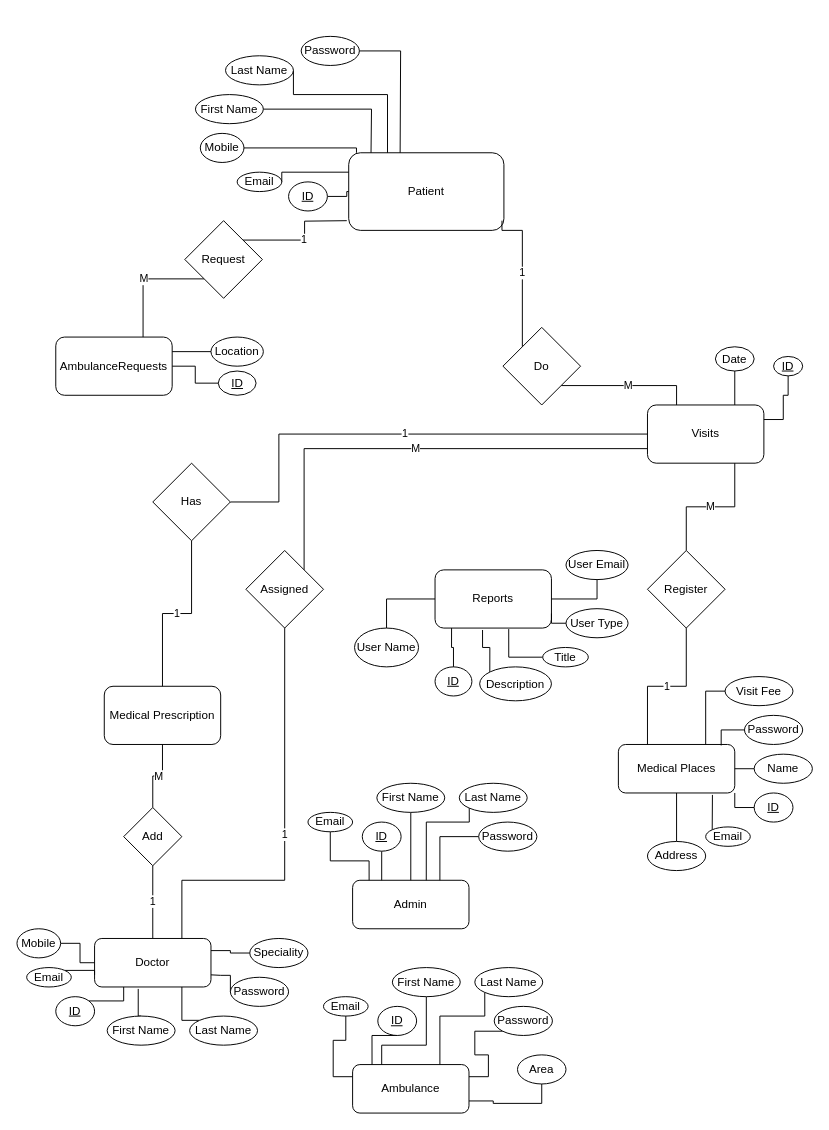
Above: ERD.drawio in abdelrahmanbonna/Healthy_Shield_Analysis (draw.io), before the change. Source tidied: cells renumbered, new cells numbered last; positions are measured from the earlier drawing's top-left corner, leaving out a move shared by most shapes. Both pictures are drawn from the tidied source at 97%, with x=0, y=0 at pixel (16, 36).
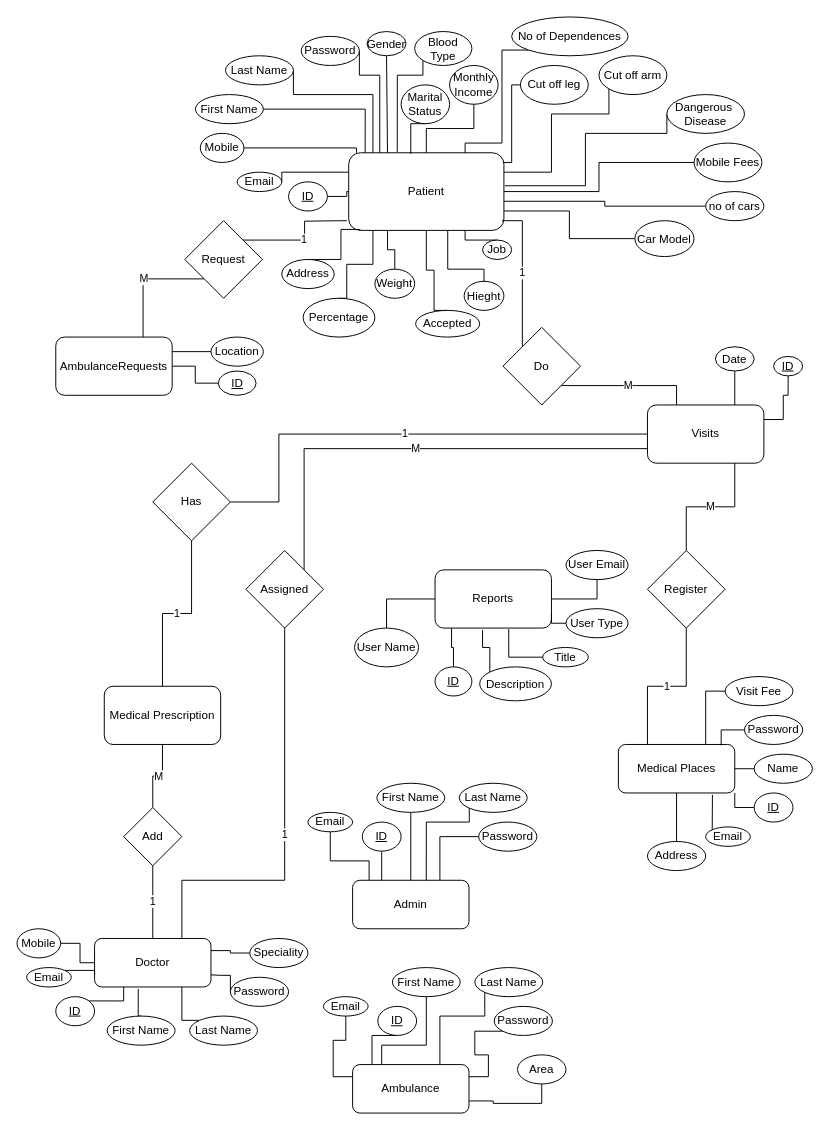
The same diagram, later.

Unchanged cells that the change refers to:
```xml
<mxCell id="2" value="Patient" style="rounded=1;whiteSpace=wrap;html=1;" parent="1" vertex="1">
  <mxGeometry x="342" y="120" width="160" height="80" as="geometry" />
</mxCell>
<mxCell id="84" value="Do" style="rhombus;whiteSpace=wrap;html=1;" parent="1" vertex="1">
  <mxGeometry x="501" y="300" width="80" height="80" as="geometry" />
</mxCell>
<mxCell id="100" value="First Name" style="ellipse;whiteSpace=wrap;html=1;" parent="1" vertex="1">
  <mxGeometry x="184" y="60" width="70" height="30" as="geometry" />
</mxCell>
<mxCell id="102" value="Last Name" style="ellipse;whiteSpace=wrap;html=1;" parent="1" vertex="1">
  <mxGeometry x="215" y="20" width="70" height="30" as="geometry" />
</mxCell>
<mxCell id="106" value="Password" style="ellipse;whiteSpace=wrap;html=1;" parent="1" vertex="1">
  <mxGeometry x="293" width="60" height="30" as="geometry" />
</mxCell>
```

The edit, as a diff of the source:
```diff
@@
+    <mxCell id="109" style="edgeStyle=orthogonalEdgeStyle;rounded=0;jettySize=auto;html=1;exitX=0.25;exitY=0;exitDx=0;exitDy=0;entryX=0.5;entryY=1;entryDx=0;entryDy=0;endArrow=none;endFill=0;" parent="1" edge="1" source="2" target="110">
+      <mxGeometry relative="1" as="geometry">
+        <Array as="points">
+          <mxPoint x="382" y="20" />
+        </Array>
+      </mxGeometry>
+    </mxCell>
@@
     <mxCell id="83" value="1" style="edgeStyle=orthogonalEdgeStyle;rounded=0;jettySize=auto;html=1;exitX=0;exitY=0;exitDx=0;exitDy=0;endArrow=none;endFill=0;" parent="1" edge="1" source="84">
       <mxGeometry relative="1" as="geometry">
         <mxPoint x="500" y="190" as="targetPoint" />
         <Array as="points">
-          <mxPoint x="521" y="200" />
+          <mxPoint x="521" y="190" />
         </Array>
       </mxGeometry>
     </mxCell>
@@
-    <mxCell id="99" style="edgeStyle=orthogonalEdgeStyle;rounded=0;jettySize=auto;html=1;exitX=1;exitY=0.5;exitDx=0;exitDy=0;endArrow=none;endFill=0;" parent="1" edge="1" source="100">
-      <mxGeometry relative="1" as="geometry">
-        <mxPoint x="365" y="120" as="targetPoint" />
-      </mxGeometry>
+    <mxCell id="99" style="edgeStyle=orthogonalEdgeStyle;rounded=0;jettySize=auto;html=1;exitX=1;exitY=0.5;exitDx=0;exitDy=0;endArrow=none;endFill=0;entryX=0.106;entryY=0;entryDx=0;entryDy=0;entryPerimeter=0;" parent="1" edge="1" source="100" target="2">
+      <mxGeometry relative="1" as="geometry" />
     </mxCell>
@@
-    <mxCell id="101" style="edgeStyle=orthogonalEdgeStyle;rounded=0;jettySize=auto;html=1;exitX=1;exitY=0.5;exitDx=0;exitDy=0;entryX=0.25;entryY=0;entryDx=0;entryDy=0;endArrow=none;endFill=0;" parent="1" edge="1" source="102" target="2">
+    <mxCell id="101" style="edgeStyle=orthogonalEdgeStyle;rounded=0;jettySize=auto;html=1;exitX=1;exitY=0.5;exitDx=0;exitDy=0;entryX=0.156;entryY=0;entryDx=0;entryDy=0;endArrow=none;endFill=0;entryPerimeter=0;" parent="1" edge="1" source="102" target="2">
       <mxGeometry relative="1" as="geometry">
         <Array as="points">
           <mxPoint x="285" y="60" />
-          <mxPoint x="382" y="60" />
+          <mxPoint x="367" y="60" />
         </Array>
       </mxGeometry>
     </mxCell>
@@
-    <mxCell id="105" style="edgeStyle=orthogonalEdgeStyle;rounded=0;jettySize=auto;html=1;exitX=1;exitY=0.5;exitDx=0;exitDy=0;endArrow=none;endFill=0;" parent="1" edge="1" source="106">
+    <mxCell id="105" style="edgeStyle=orthogonalEdgeStyle;rounded=0;jettySize=auto;html=1;exitX=1;exitY=0.5;exitDx=0;exitDy=0;endArrow=none;endFill=0;entryX=0.2;entryY=0;entryDx=0;entryDy=0;entryPerimeter=0;" parent="1" edge="1" source="106" target="2">
       <mxGeometry relative="1" as="geometry">
-        <mxPoint x="395" y="120" as="targetPoint" />
+        <Array as="points">
+          <mxPoint x="353" y="40" />
+          <mxPoint x="374" y="40" />
+        </Array>
       </mxGeometry>
     </mxCell>
@@
+    <mxCell id="110" value="Gender" style="ellipse;whiteSpace=wrap;html=1;" parent="1" vertex="1">
+      <mxGeometry x="360.9" y="-5" width="40.2" height="25" as="geometry" />
+    </mxCell>
+    <mxCell id="111" style="edgeStyle=orthogonalEdgeStyle;rounded=0;jettySize=auto;html=1;exitX=0.5;exitY=0;exitDx=0;exitDy=0;entryX=0.075;entryY=0.988;entryDx=0;entryDy=0;entryPerimeter=0;endArrow=none;endFill=0;" parent="1" edge="1" source="112" target="2">
+      <mxGeometry relative="1" as="geometry">
+        <Array as="points">
+          <mxPoint x="334" y="199" />
+        </Array>
+      </mxGeometry>
+    </mxCell>
+    <mxCell id="112" value="Address" style="ellipse;whiteSpace=wrap;html=1;" parent="1" vertex="1">
+      <mxGeometry x="273" y="230" width="54" height="30" as="geometry" />
+    </mxCell>
+    <mxCell id="113" style="edgeStyle=orthogonalEdgeStyle;rounded=0;jettySize=auto;html=1;exitX=0.5;exitY=0;exitDx=0;exitDy=0;entryX=0.638;entryY=1;entryDx=0;entryDy=0;entryPerimeter=0;endArrow=none;endFill=0;" parent="1" edge="1" source="114" target="2">
+      <mxGeometry relative="1" as="geometry">
+        <Array as="points">
+          <mxPoint x="482" y="240" />
+          <mxPoint x="444" y="240" />
+        </Array>
+      </mxGeometry>
+    </mxCell>
+    <mxCell id="114" value="Hieght" style="ellipse;whiteSpace=wrap;html=1;" parent="1" vertex="1">
+      <mxGeometry x="461" y="252.5" width="41" height="30" as="geometry" />
+    </mxCell>
+    <mxCell id="115" style="edgeStyle=orthogonalEdgeStyle;rounded=0;jettySize=auto;html=1;exitX=0.5;exitY=0;exitDx=0;exitDy=0;entryX=0.25;entryY=1;entryDx=0;entryDy=0;endArrow=none;endFill=0;" parent="1" edge="1" source="116" target="2">
+      <mxGeometry relative="1" as="geometry" />
+    </mxCell>
+    <mxCell id="116" value="Weight" style="ellipse;whiteSpace=wrap;html=1;" parent="1" vertex="1">
+      <mxGeometry x="369" y="240" width="41" height="30" as="geometry" />
+    </mxCell>
+    <mxCell id="117" style="edgeStyle=orthogonalEdgeStyle;rounded=0;jettySize=auto;html=1;exitX=0;exitY=1;exitDx=0;exitDy=0;entryX=0.313;entryY=-0.012;entryDx=0;entryDy=0;entryPerimeter=0;endArrow=none;endFill=0;" parent="1" edge="1" source="118" target="2">
+      <mxGeometry relative="1" as="geometry">
+        <Array as="points">
+          <mxPoint x="419" y="40" />
+          <mxPoint x="392" y="40" />
+        </Array>
+      </mxGeometry>
+    </mxCell>
+    <mxCell id="118" value="Blood Type" style="ellipse;whiteSpace=wrap;html=1;" parent="1" vertex="1">
+      <mxGeometry x="410" y="-5" width="59" height="35" as="geometry" />
+    </mxCell>
+    <mxCell id="119" style="edgeStyle=orthogonalEdgeStyle;rounded=0;jettySize=auto;html=1;exitX=0.5;exitY=1;exitDx=0;exitDy=0;entryX=0.4;entryY=0.013;entryDx=0;entryDy=0;entryPerimeter=0;endArrow=none;endFill=0;" parent="1" edge="1" source="120" target="2">
+      <mxGeometry relative="1" as="geometry" />
+    </mxCell>
+    <mxCell id="120" value="Marital Status" style="ellipse;whiteSpace=wrap;html=1;" parent="1" vertex="1">
+      <mxGeometry x="396" y="50" width="50" height="40" as="geometry" />
+    </mxCell>
+    <mxCell id="121" style="edgeStyle=orthogonalEdgeStyle;rounded=0;jettySize=auto;html=1;exitX=0.5;exitY=0;exitDx=0;exitDy=0;entryX=0.75;entryY=1;entryDx=0;entryDy=0;endArrow=none;endFill=0;" parent="1" edge="1" source="122" target="2">
+      <mxGeometry relative="1" as="geometry" />
+    </mxCell>
+    <mxCell id="122" value="Job" style="ellipse;whiteSpace=wrap;html=1;" parent="1" vertex="1">
+      <mxGeometry x="480" y="210" width="30" height="20" as="geometry" />
+    </mxCell>
+    <mxCell id="123" style="edgeStyle=orthogonalEdgeStyle;rounded=0;jettySize=auto;html=1;exitX=0.5;exitY=1;exitDx=0;exitDy=0;entryX=0.5;entryY=0;entryDx=0;entryDy=0;endArrow=none;endFill=0;" parent="1" edge="1" source="124" target="2">
+      <mxGeometry relative="1" as="geometry" />
+    </mxCell>
+    <mxCell id="124" value="Monthly Income" style="ellipse;whiteSpace=wrap;html=1;" parent="1" vertex="1">
+      <mxGeometry x="446" y="30" width="50" height="40" as="geometry" />
+    </mxCell>
+    <mxCell id="125" style="edgeStyle=orthogonalEdgeStyle;rounded=0;jettySize=auto;html=1;exitX=0;exitY=1;exitDx=0;exitDy=0;entryX=0.75;entryY=0;entryDx=0;entryDy=0;endArrow=none;endFill=0;" parent="1" edge="1" source="126" target="2">
+      <mxGeometry relative="1" as="geometry">
+        <Array as="points">
+          <mxPoint x="500" y="14" />
+          <mxPoint x="500" y="110" />
+          <mxPoint x="462" y="110" />
+        </Array>
+      </mxGeometry>
+    </mxCell>
+    <mxCell id="126" value="No of Dependences" style="ellipse;whiteSpace=wrap;html=1;" parent="1" vertex="1">
+      <mxGeometry x="510" y="-20" width="120" height="40" as="geometry" />
+    </mxCell>
+    <mxCell id="127" style="edgeStyle=orthogonalEdgeStyle;rounded=0;jettySize=auto;html=1;exitX=0.5;exitY=0;exitDx=0;exitDy=0;entryX=0.156;entryY=1;entryDx=0;entryDy=0;entryPerimeter=0;endArrow=none;endFill=0;" parent="1" edge="1" source="128" target="2">
+      <mxGeometry relative="1" as="geometry">
+        <Array as="points">
+          <mxPoint x="340" y="270" />
+          <mxPoint x="340" y="235" />
+          <mxPoint x="367" y="235" />
+        </Array>
+      </mxGeometry>
+    </mxCell>
+    <mxCell id="128" value="Percentage" style="ellipse;whiteSpace=wrap;html=1;" parent="1" vertex="1">
+      <mxGeometry x="295" y="270" width="74" height="40" as="geometry" />
+    </mxCell>
+    <mxCell id="129" style="edgeStyle=orthogonalEdgeStyle;rounded=0;jettySize=auto;html=1;exitX=0.5;exitY=0;exitDx=0;exitDy=0;entryX=0.5;entryY=1;entryDx=0;entryDy=0;endArrow=none;endFill=0;" parent="1" edge="1" source="130" target="2">
+      <mxGeometry relative="1" as="geometry">
+        <Array as="points">
+          <mxPoint x="430" y="283" />
+          <mxPoint x="430" y="241" />
+          <mxPoint x="422" y="241" />
+        </Array>
+      </mxGeometry>
+    </mxCell>
+    <mxCell id="130" value="Accepted" style="ellipse;whiteSpace=wrap;html=1;" parent="1" vertex="1">
+      <mxGeometry x="411" y="282.5" width="66" height="27.5" as="geometry" />
+    </mxCell>
+    <mxCell id="131" style="edgeStyle=orthogonalEdgeStyle;rounded=0;jettySize=auto;html=1;exitX=0;exitY=1;exitDx=0;exitDy=0;entryX=1;entryY=0.25;entryDx=0;entryDy=0;endArrow=none;endFill=0;" parent="1" edge="1" source="132" target="2">
+      <mxGeometry relative="1" as="geometry">
+        <Array as="points">
+          <mxPoint x="610" y="80" />
+          <mxPoint x="551" y="80" />
+          <mxPoint x="551" y="140" />
+        </Array>
+      </mxGeometry>
+    </mxCell>
+    <mxCell id="132" value="Cut off arm" style="ellipse;whiteSpace=wrap;html=1;" parent="1" vertex="1">
+      <mxGeometry x="600" y="20" width="70" height="40" as="geometry" />
+    </mxCell>
+    <mxCell id="133" style="edgeStyle=orthogonalEdgeStyle;rounded=0;jettySize=auto;html=1;exitX=0;exitY=0.5;exitDx=0;exitDy=0;endArrow=none;endFill=0;" parent="1" edge="1" source="134">
+      <mxGeometry relative="1" as="geometry">
+        <mxPoint x="502" y="130" as="targetPoint" />
+        <Array as="points">
+          <mxPoint x="510" y="50" />
+          <mxPoint x="510" y="130" />
+        </Array>
+      </mxGeometry>
+    </mxCell>
+    <mxCell id="134" value="Cut off leg" style="ellipse;whiteSpace=wrap;html=1;" parent="1" vertex="1">
+      <mxGeometry x="519" y="30" width="70" height="40" as="geometry" />
+    </mxCell>
+    <mxCell id="135" style="edgeStyle=orthogonalEdgeStyle;rounded=0;jettySize=auto;html=1;exitX=0;exitY=0.5;exitDx=0;exitDy=0;entryX=1.006;entryY=0.425;entryDx=0;entryDy=0;entryPerimeter=0;endArrow=none;endFill=0;" parent="1" edge="1" source="136" target="2">
+      <mxGeometry relative="1" as="geometry">
+        <Array as="points">
+          <mxPoint x="670" y="100" />
+          <mxPoint x="586" y="100" />
+          <mxPoint x="586" y="154" />
+        </Array>
+      </mxGeometry>
+    </mxCell>
+    <mxCell id="136" value="Dangerous&amp;nbsp; Disease" style="ellipse;whiteSpace=wrap;html=1;" parent="1" vertex="1">
+      <mxGeometry x="670" y="60" width="80" height="40" as="geometry" />
+    </mxCell>
+    <mxCell id="137" style="edgeStyle=orthogonalEdgeStyle;rounded=0;jettySize=auto;html=1;exitX=0;exitY=0.5;exitDx=0;exitDy=0;endArrow=none;endFill=0;" parent="1" edge="1" source="138" target="2">
+      <mxGeometry relative="1" as="geometry" />
+    </mxCell>
+    <mxCell id="138" value="Mobile Fees" style="ellipse;whiteSpace=wrap;html=1;" parent="1" vertex="1">
+      <mxGeometry x="698" y="110" width="70" height="40" as="geometry" />
+    </mxCell>
+    <mxCell id="139" style="edgeStyle=orthogonalEdgeStyle;rounded=0;jettySize=auto;html=1;exitX=0;exitY=0.5;exitDx=0;exitDy=0;entryX=1;entryY=0.625;entryDx=0;entryDy=0;entryPerimeter=0;endArrow=none;endFill=0;" parent="1" edge="1" source="140" target="2">
+      <mxGeometry relative="1" as="geometry" />
+    </mxCell>
+    <mxCell id="140" value="no of cars" style="ellipse;whiteSpace=wrap;html=1;" parent="1" vertex="1">
+      <mxGeometry x="710" y="160" width="60" height="30" as="geometry" />
+    </mxCell>
+    <mxCell id="141" style="edgeStyle=orthogonalEdgeStyle;rounded=0;jettySize=auto;html=1;exitX=0;exitY=0.5;exitDx=0;exitDy=0;entryX=1;entryY=0.75;entryDx=0;entryDy=0;endArrow=none;endFill=0;" parent="1" edge="1" source="142" target="2">
+      <mxGeometry relative="1" as="geometry" />
+    </mxCell>
+    <mxCell id="142" value="Car Model" style="ellipse;whiteSpace=wrap;html=1;" parent="1" vertex="1">
+      <mxGeometry x="637" y="190" width="61" height="37" as="geometry" />
+    </mxCell>
```
